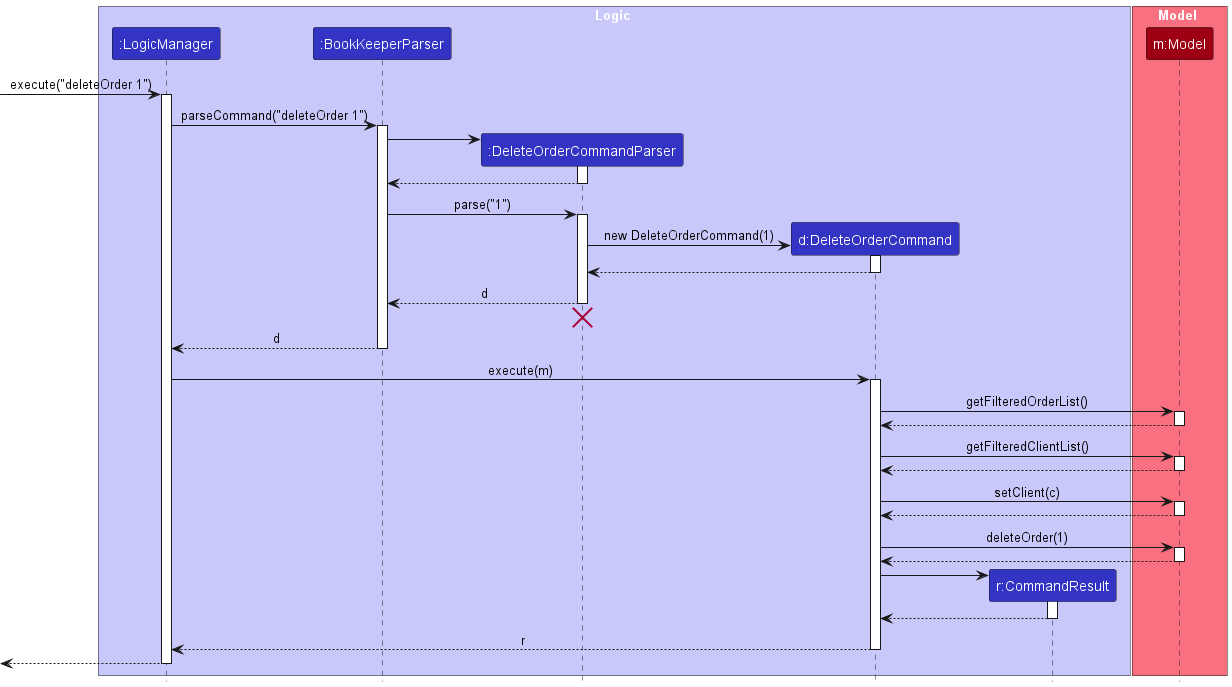
The PlantUML diagram docs/images/DeleteOrderSequenceDiagram.png in rertyy/tp, before a commit. The source it was exported from:
```plantuml
@startuml
!include style.puml
skinparam ArrowFontStyle plain

box Logic LOGIC_COLOR_T1
participant ":LogicManager" as LogicManager LOGIC_COLOR
participant ":BookKeeperParser" as BookKeeperParser LOGIC_COLOR
participant ":DeleteOrderCommandParser" as DeleteOrderCommandParser LOGIC_COLOR
participant "d:DeleteOrderCommand" as DeleteOrderCommand LOGIC_COLOR
participant "r:CommandResult" as CommandResult LOGIC_COLOR
end box

box Model MODEL_COLOR_T1
participant "m:Model" as Model MODEL_COLOR
end box

[-> LogicManager : execute("deleteOrder 1")
activate LogicManager

LogicManager -> BookKeeperParser : parseCommand("deleteOrder 1")
activate BookKeeperParser

create DeleteOrderCommandParser
BookKeeperParser -> DeleteOrderCommandParser
activate DeleteOrderCommandParser

DeleteOrderCommandParser --> BookKeeperParser
deactivate DeleteOrderCommandParser

BookKeeperParser -> DeleteOrderCommandParser : parse("1")
activate DeleteOrderCommandParser

create DeleteOrderCommand
DeleteOrderCommandParser -> DeleteOrderCommand : new DeleteOrderCommand(1)
activate DeleteOrderCommand

DeleteOrderCommand --> DeleteOrderCommandParser :
deactivate DeleteOrderCommand

DeleteOrderCommandParser --> BookKeeperParser : d
deactivate DeleteOrderCommandParser
DeleteOrderCommandParser -[hidden]-> BookKeeperParser
destroy DeleteOrderCommandParser

BookKeeperParser --> LogicManager : d
deactivate BookKeeperParser

LogicManager -> DeleteOrderCommand : execute(m)
activate DeleteOrderCommand

DeleteOrderCommand -> Model : getFilteredOrderList()
activate Model
Model --> DeleteOrderCommand
deactivate Model

DeleteOrderCommand -> Model : getFilteredClientList()
activate Model
Model --> DeleteOrderCommand
deactivate Model

DeleteOrderCommand -> Model : setClient(c)
activate Model
Model --> DeleteOrderCommand
deactivate Model

DeleteOrderCommand -> Model : deleteOrder(1)
activate Model
Model --> DeleteOrderCommand
deactivate Model

create CommandResult
DeleteOrderCommand -> CommandResult
activate CommandResult

CommandResult --> DeleteOrderCommand
deactivate CommandResult

DeleteOrderCommand --> LogicManager : r
deactivate DeleteOrderCommand

[<--LogicManager
deactivate LogicManager
@enduml
```
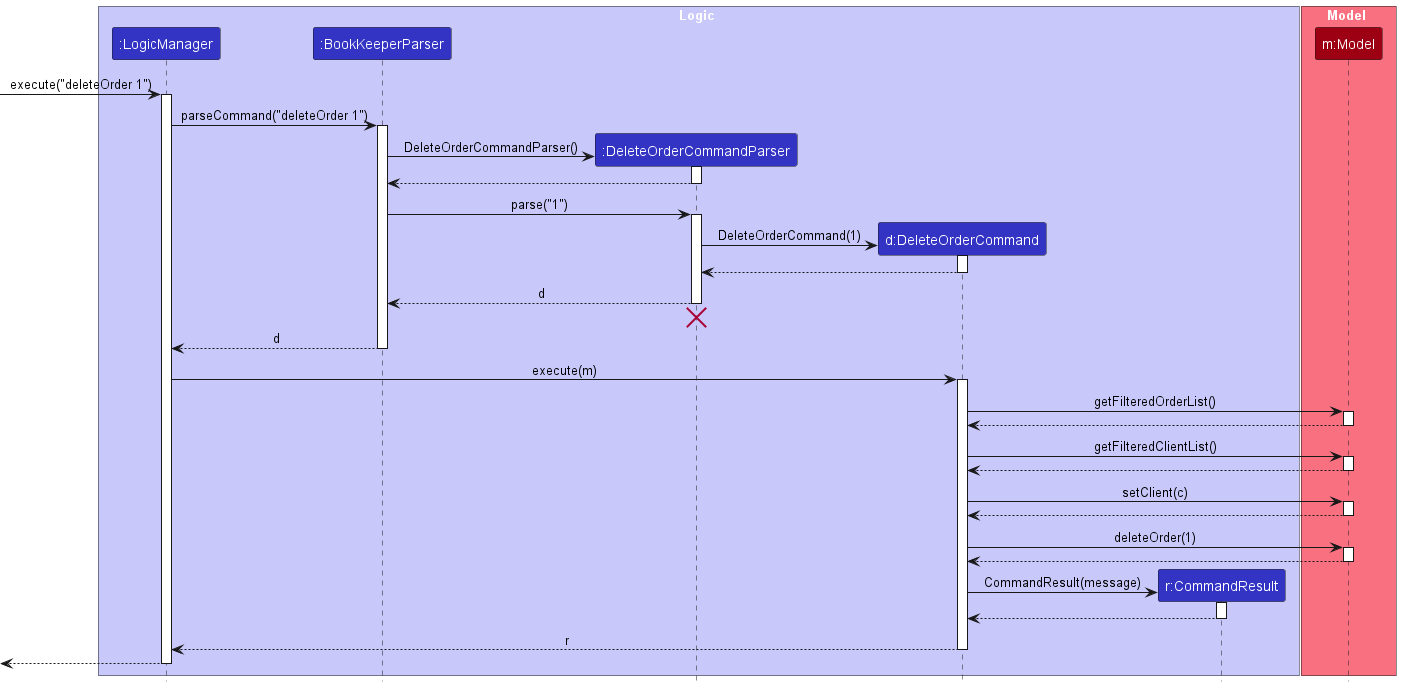
After the commit.

The edit, as a diff of the source:
```diff
@@ -21,7 +21,7 @@
 activate BookKeeperParser
 
 create DeleteOrderCommandParser
-BookKeeperParser -> DeleteOrderCommandParser
+BookKeeperParser -> DeleteOrderCommandParser : DeleteOrderCommandParser()
 activate DeleteOrderCommandParser
 
 DeleteOrderCommandParser --> BookKeeperParser
@@ -31,7 +31,7 @@
 activate DeleteOrderCommandParser
 
 create DeleteOrderCommand
-DeleteOrderCommandParser -> DeleteOrderCommand : new DeleteOrderCommand(1)
+DeleteOrderCommandParser -> DeleteOrderCommand : DeleteOrderCommand(1)
 activate DeleteOrderCommand
 
 DeleteOrderCommand --> DeleteOrderCommandParser :
@@ -69,7 +69,7 @@
 deactivate Model
 
 create CommandResult
-DeleteOrderCommand -> CommandResult
+DeleteOrderCommand -> CommandResult : CommandResult(message)
 activate CommandResult
 
 CommandResult --> DeleteOrderCommand
```
